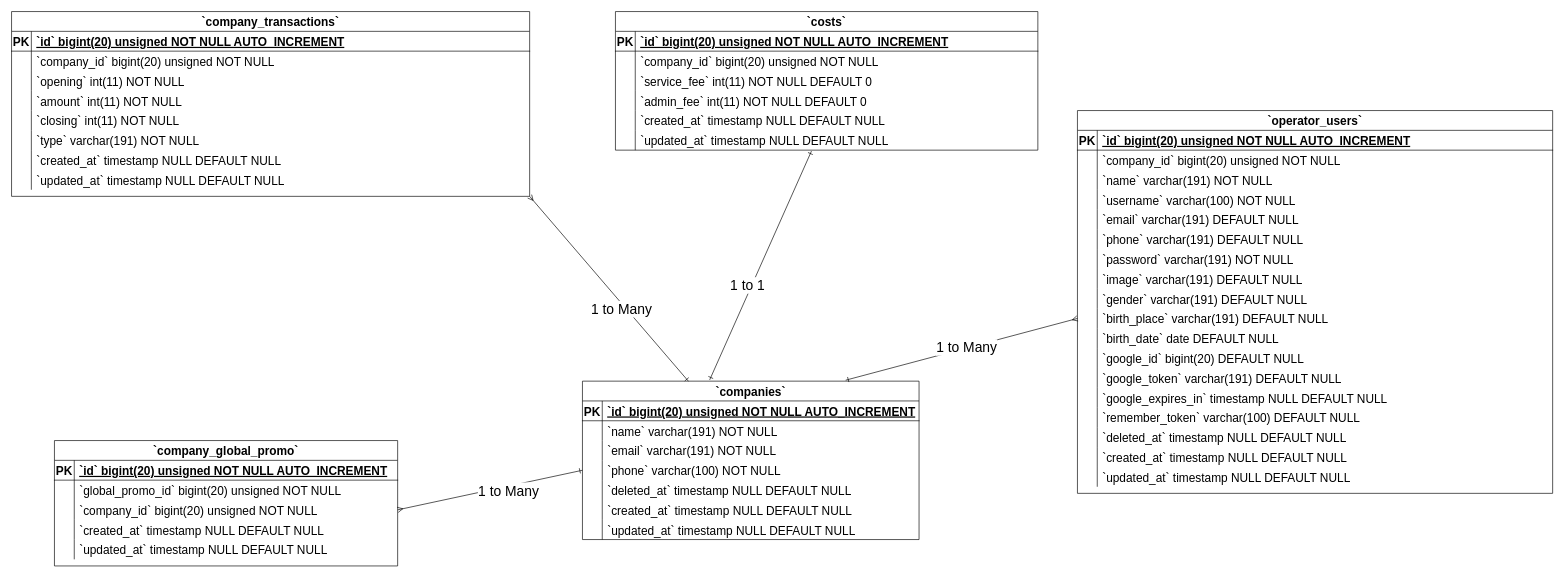
This is Companies ERD Split Diagram 1.drawio from Simasco/diagram, a draw.io file, before an edit. Source tidied: cells renumbered, new cells numbered last; positions are measured from the earlier drawing's top-left corner, leaving out a move shared by most shapes. Both pictures are drawn from the tidied source at 66%, with x=0, y=0 at pixel (11, 11).
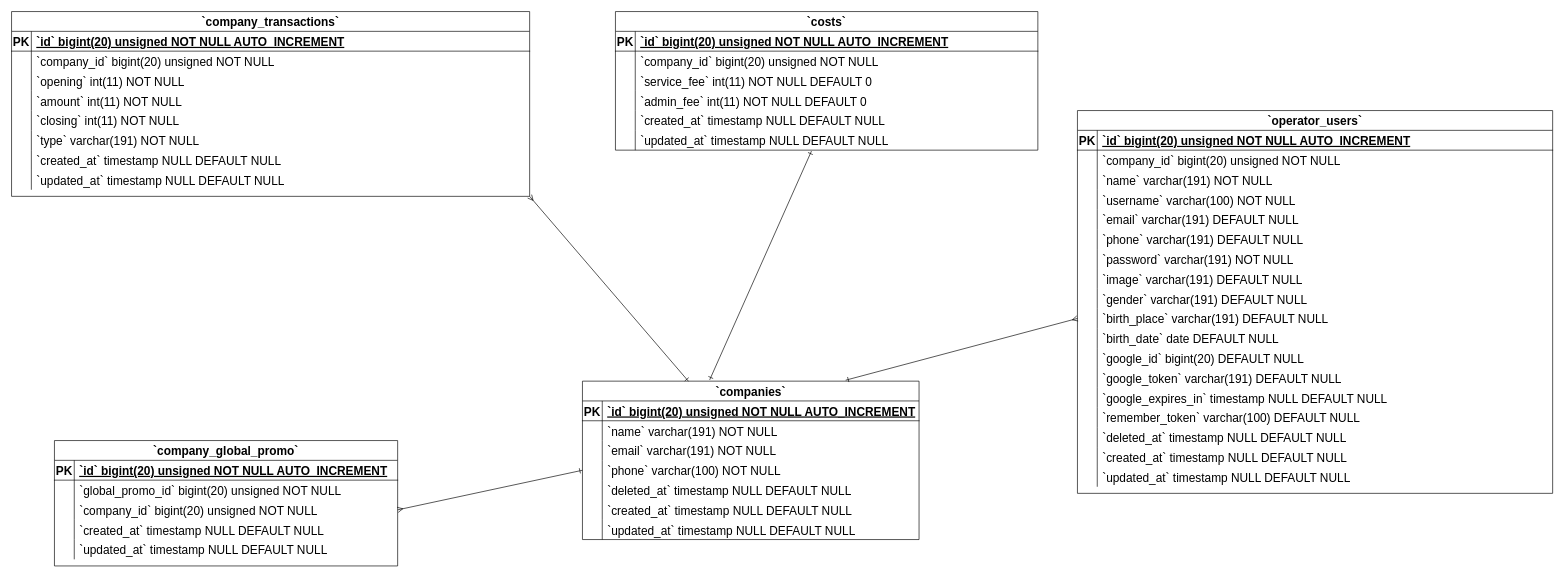
After the change.

The change refers to these unchanged cells:
```xml
<mxCell id="139" style="fontSize=18;html=1;endArrow=ERmany;rounded=0;exitX=0;exitY=0.5;exitDx=0;exitDy=0;entryX=1;entryY=0.5;entryDx=0;entryDy=0;startArrow=ERone;startFill=0;endFill=0;" parent="1" edge="1" source="12" target="31">
  <mxGeometry relative="1" as="geometry" />
</mxCell>
<mxCell id="141" style="fontSize=18;html=1;endArrow=ERmany;rounded=0;exitX=0.315;exitY=0.001;exitDx=0;exitDy=0;entryX=1;entryY=1;entryDx=0;entryDy=0;exitPerimeter=0;startArrow=ERone;startFill=0;endFill=0;" parent="1" edge="1" source="2" target="40">
  <mxGeometry relative="1" as="geometry" />
</mxCell>
<mxCell id="143" style="fontSize=18;html=1;endArrow=ERone;rounded=0;entryX=0.464;entryY=1.049;entryDx=0;entryDy=0;entryPerimeter=0;endFill=0;startArrow=ERone;startFill=0;exitX=0.378;exitY=-0.008;exitDx=0;exitDy=0;exitPerimeter=0;" parent="1" edge="1" source="2" target="81">
  <mxGeometry relative="1" as="geometry" />
</mxCell>
<mxCell id="145" style="rounded=0;jettySize=auto;html=1;exitX=0.782;exitY=-0.006;exitDx=0;exitDy=0;endArrow=ERmany;endFill=0;startArrow=ERone;startFill=0;fontSize=18;entryX=0;entryY=0.5;entryDx=0;entryDy=0;exitPerimeter=0;" parent="1" edge="1" source="2" target="112">
  <mxGeometry relative="1" as="geometry" />
</mxCell>
```

The edit, as a diff of the source:
```diff
@@
-    <mxCell id="140" value="&lt;font style=&quot;font-size: 21px;&quot;&gt;1 to Many&lt;/font&gt;" style="edgeLabel;html=1;align=center;verticalAlign=middle;fontSize=21;" parent="139" vertex="1">
-      <mxGeometry x="-0.19" y="6" relative="1" as="geometry" />
-    </mxCell>
@@
-    <mxCell id="142" value="&lt;font style=&quot;font-size: 21px;&quot;&gt;1 to Many&lt;/font&gt;" style="edgeLabel;html=1;align=center;verticalAlign=middle;fontSize=21;" parent="141" vertex="1">
-      <mxGeometry x="-0.19" y="6" relative="1" as="geometry" />
-    </mxCell>
@@
-    <mxCell id="144" value="&lt;font style=&quot;font-size: 21px;&quot;&gt;1 to 1&lt;/font&gt;" style="edgeLabel;html=1;align=center;verticalAlign=middle;fontSize=21;" parent="143" vertex="1">
-      <mxGeometry x="-0.19" y="6" relative="1" as="geometry" />
-    </mxCell>
@@
-    <mxCell id="146" value="1 to Many" style="edgeLabel;html=1;align=center;verticalAlign=middle;fontSize=21;" parent="145" vertex="1">
-      <mxGeometry x="0.04" y="1" relative="1" as="geometry" />
-    </mxCell>
```
